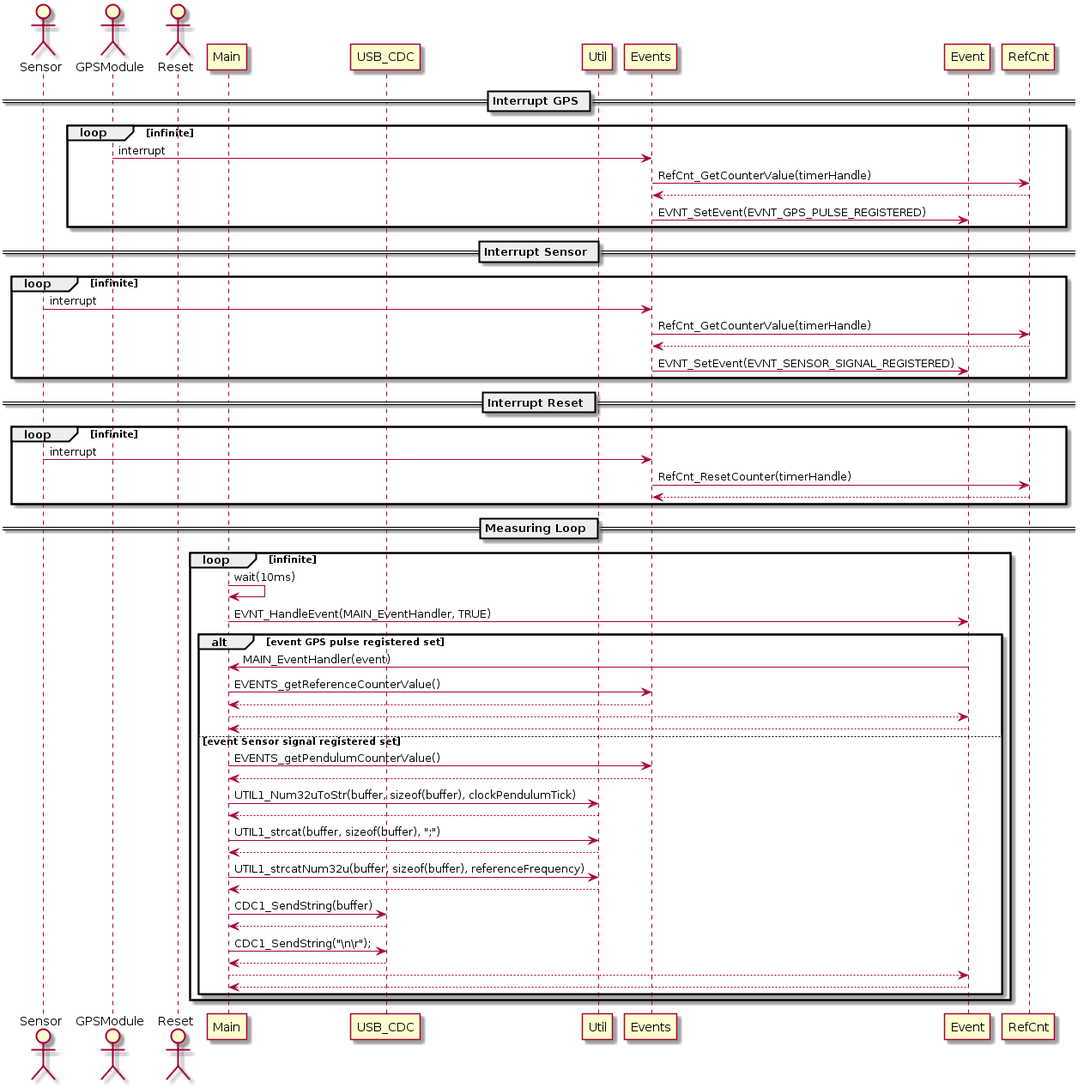
Earlier version of the PlantUML export docs/uml/sequence_hwb.png (gnomengineer/ClockPendelumAnalyzer).
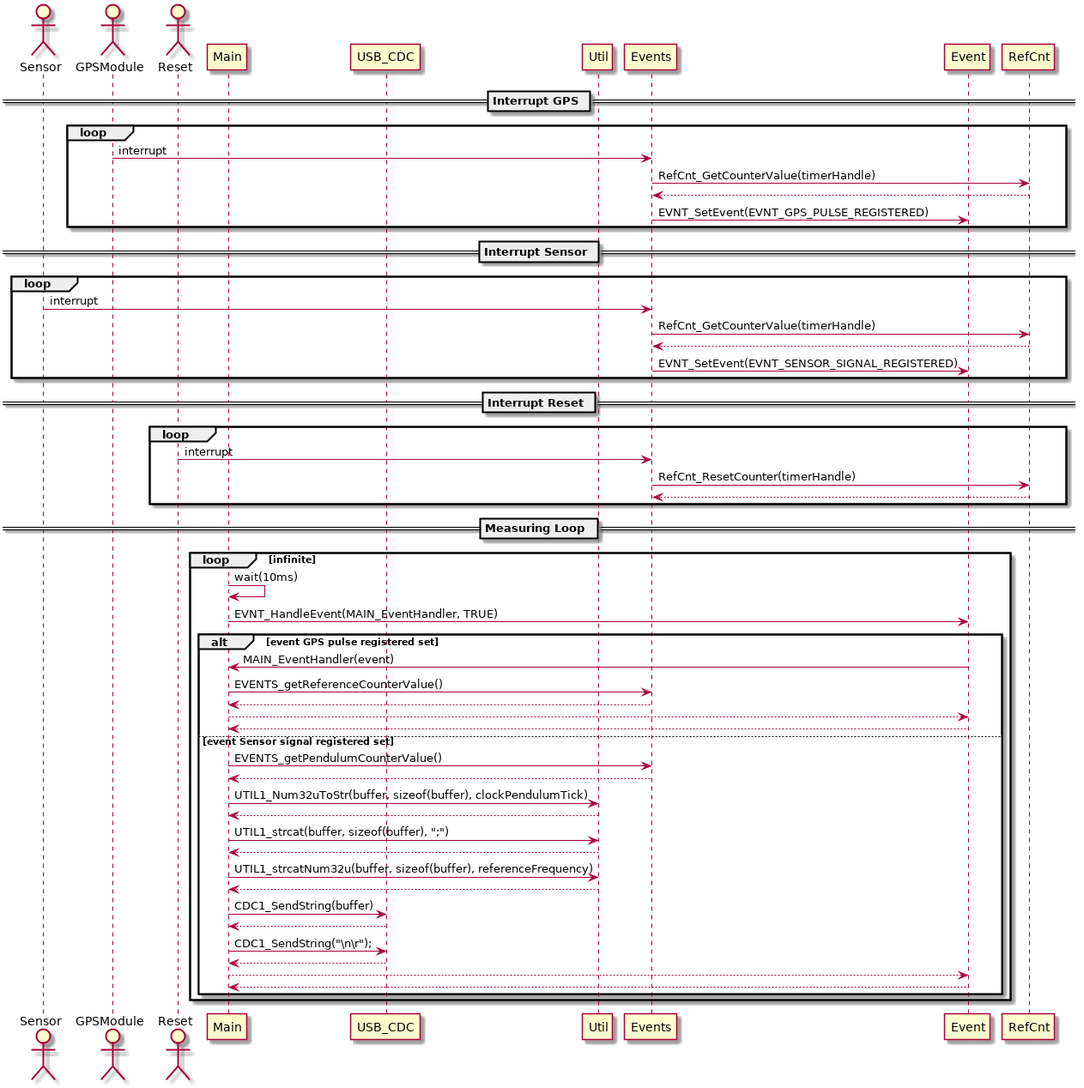
The same file after the commit.

Commit message:
updated sequence diagram for hw board

Diff of the diagram source:
```diff
@@ -11,7 +11,7 @@
 participant RefCnt as cntr
 
 == Interrupt GPS ==
-loop infinite
+loop
     gps -> evts : interrupt
     evts -> cntr : RefCnt_GetCounterValue(timerHandle)
     evts <-- cntr :
@@ -20,7 +20,7 @@
 
 == Interrupt Sensor ==
 
-loop infinite
+loop
     sen -> evts : interrupt
     evts -> cntr : RefCnt_GetCounterValue(timerHandle)
     evts <-- cntr :
@@ -30,8 +30,8 @@
 
 == Interrupt Reset ==
 
-loop infinite
-    sen -> evts : interrupt
+loop
+    res -> evts : interrupt
     evts -> cntr : RefCnt_ResetCounter(timerHandle)
     evts <-- cntr :
 
```
